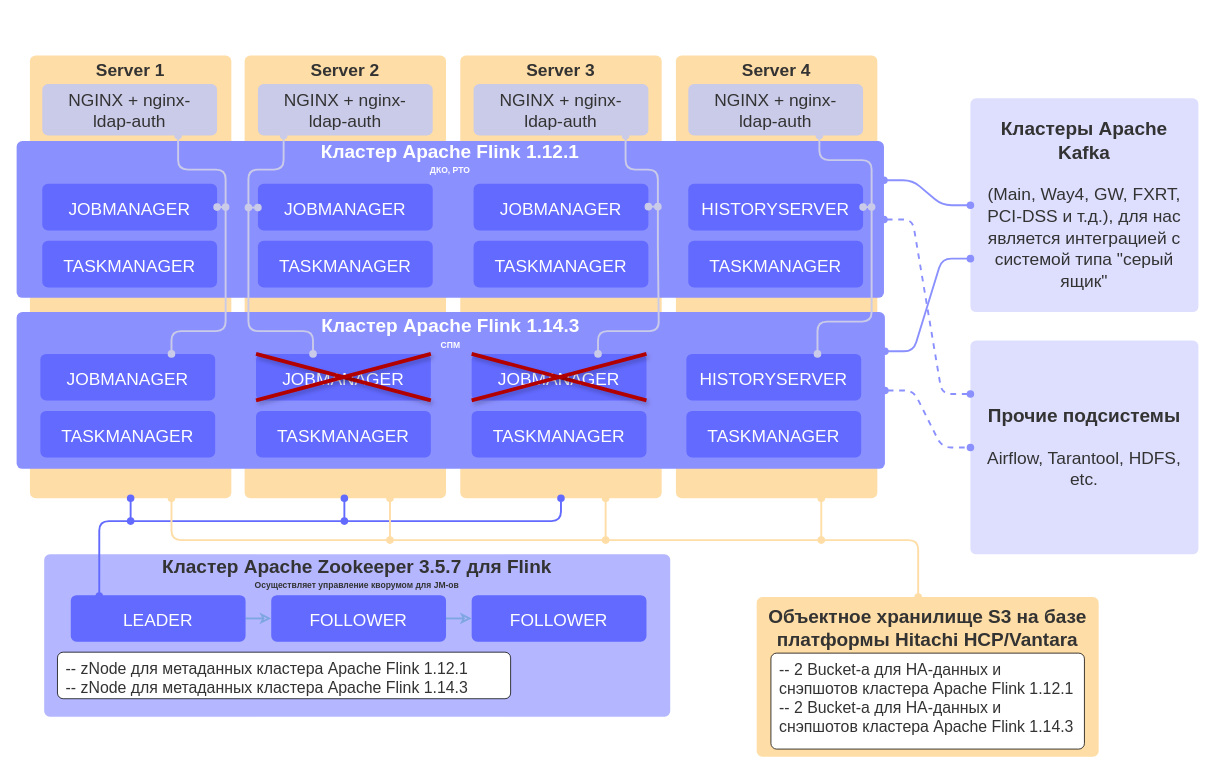
Before: Flink.drawio in parametriq/diagrams, a draw.io diagram. Source tidied: cells renumbered, new cells numbered last; positions are measured from the earlier drawing's top-left corner, leaving out a move shared by most shapes. Both pictures are drawn from the tidied source at 95%, with x=0, y=0 at pixel (16, 55).
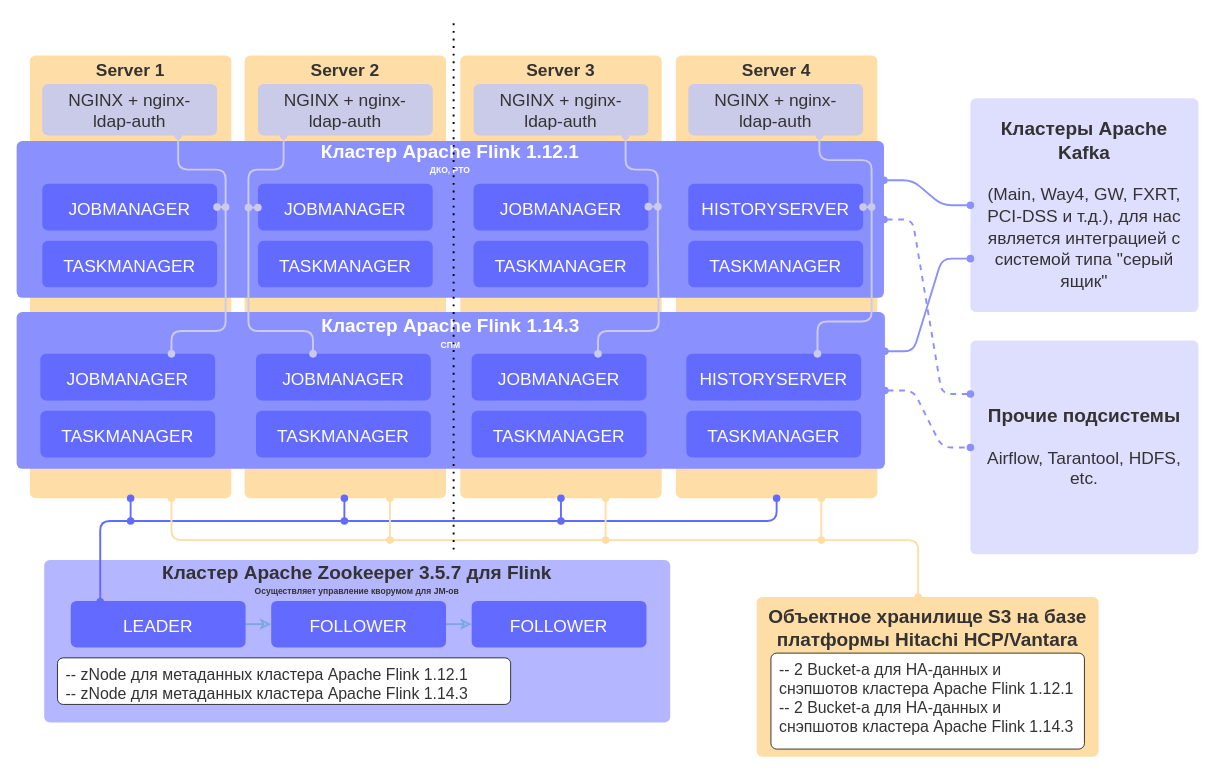
The same diagram, later.

Commit message:
Updated connection to 4th flink node in Flink.drawio

Unchanged cells that the change refers to:
```xml
<mxCell id="4" value="Server 3" style="html=1;overflow=block;blockSpacing=1;whiteSpace=wrap;fontSize=18.3;fontColor=#333333;fontStyle=1;spacingLeft=8.4;spacingRight=8.4;spacingTop=2.4;spacing=3.6;verticalAlign=top;strokeOpacity=0;fillOpacity=100;rounded=1;absoluteArcSize=1;arcSize=12;fillColor=#ffdda6;strokeWidth=0.8;" parent="1" vertex="1">
  <mxGeometry x="467" width="212" height="466" as="geometry" />
</mxCell>
<mxCell id="5" value="Server 4" style="html=1;overflow=block;blockSpacing=1;whiteSpace=wrap;fontSize=18.3;fontColor=#333333;fontStyle=1;spacingLeft=8.4;spacingRight=8.4;spacingTop=2.4;spacing=3.6;verticalAlign=top;strokeOpacity=0;fillOpacity=100;rounded=1;absoluteArcSize=1;arcSize=12;fillColor=#ffdda6;strokeWidth=0.8;" parent="1" vertex="1">
  <mxGeometry x="694" width="212" height="466" as="geometry" />
</mxCell>
<mxCell id="33" value="JOBMANAGER" style="html=1;overflow=block;blockSpacing=1;whiteSpace=wrap;fontSize=18.3;fontColor=#ffffff;align=center;spacingLeft=8.4;spacingRight=8.4;spacingTop=2.4;spacing=3.6;strokeOpacity=0;fillOpacity=100;rounded=1;absoluteArcSize=1;arcSize=12;fillColor=#636aff;strokeWidth=0.8;" parent="1" vertex="1">
  <mxGeometry x="252" y="314" width="184" height="49" as="geometry" />
</mxCell>
```

Change to the diagram source:
```diff
@@
     <mxCell id="9" value="&lt;div style=&quot;line-height: 0.8;&quot;&gt;Кластер Apache Zookeeper 3.5.7 для Flink&lt;/div&gt;&lt;div&gt;&lt;sup&gt;&lt;font style=&quot;font-size: 9px;&quot;&gt;Осуществляет управление кворумом для JM-ов&lt;/font&gt;&lt;/sup&gt;&lt;br&gt;&lt;/div&gt;" style="html=1;overflow=block;blockSpacing=1;whiteSpace=wrap;fontSize=20;fontColor=#333333;fontStyle=1;spacingLeft=8.4;spacingRight=8.4;spacingTop=2.4;spacing=3.6;verticalAlign=top;strokeOpacity=0;fillOpacity=100;rounded=1;absoluteArcSize=1;arcSize=12;fillColor=#b4b7ff;strokeWidth=0.8;" parent="1" vertex="1">
-      <mxGeometry x="29" y="525" width="659" height="171" as="geometry" />
+      <mxGeometry x="29" y="531" width="659" height="171" as="geometry" />
     </mxCell>
@@
     <mxCell id="13" value="LEADER" style="html=1;overflow=block;blockSpacing=1;whiteSpace=wrap;fontSize=18.3;fontColor=#ffffff;align=center;spacingLeft=8.4;spacingRight=8.4;spacingTop=2.4;spacing=3.6;strokeOpacity=0;fillOpacity=100;rounded=1;absoluteArcSize=1;arcSize=12;fillColor=#636aff;strokeWidth=0.8;" parent="1" vertex="1">
-      <mxGeometry x="57" y="568" width="184" height="49" as="geometry" />
+      <mxGeometry x="57" y="574" width="184" height="49" as="geometry" />
     </mxCell>
@@
     <mxCell id="15" value="FOLLOWER" style="html=1;overflow=block;blockSpacing=1;whiteSpace=wrap;fontSize=18.3;fontColor=#ffffff;align=center;spacingLeft=8.4;spacingRight=8.4;spacingTop=2.4;spacing=3.6;strokeOpacity=0;fillOpacity=100;rounded=1;absoluteArcSize=1;arcSize=12;fillColor=#636aff;strokeWidth=0.8;" parent="1" vertex="1">
-      <mxGeometry x="268" y="568" width="184" height="49" as="geometry" />
+      <mxGeometry x="268" y="574" width="184" height="49" as="geometry" />
     </mxCell>
     <mxCell id="16" value="FOLLOWER" style="html=1;overflow=block;blockSpacing=1;whiteSpace=wrap;fontSize=18.3;fontColor=#ffffff;align=center;spacingLeft=8.4;spacingRight=8.4;spacingTop=2.4;spacing=3.6;strokeOpacity=0;fillOpacity=100;rounded=1;absoluteArcSize=1;arcSize=12;fillColor=#636aff;strokeWidth=0.8;" parent="1" vertex="1">
-      <mxGeometry x="479" y="568" width="184" height="49" as="geometry" />
+      <mxGeometry x="479" y="574" width="184" height="49" as="geometry" />
     </mxCell>
@@
     <mxCell id="18" value="-- zNode для метаданных кластера Apache Flink 1.12.1&#10;-- zNode для метаданных кластера Apache Flink 1.14.3" style="html=1;overflow=block;blockSpacing=1;whiteSpace=wrap;fontSize=16.7;fontColor=#333333;align=left;spacing=9;verticalAlign=top;strokeOpacity=100;fillOpacity=100;rounded=1;absoluteArcSize=1;arcSize=12;fillColor=#ffffff;strokeWidth=0.8;" parent="1" vertex="1">
-      <mxGeometry x="43" y="628" width="477" height="49" as="geometry" />
+      <mxGeometry x="43" y="634" width="477" height="49" as="geometry" />
     </mxCell>
@@
-    <mxCell id="44" style="edgeStyle=none;rounded=1;jumpStyle=none;jettySize=auto;html=1;startArrow=oval;startFill=1;endArrow=oval;endFill=1;strokeColor=#636AFF;strokeWidth=2;entryX=0.163;entryY=0.02;entryDx=0;entryDy=0;entryPerimeter=0;exitX=0.5;exitY=1;exitDx=0;exitDy=0;" parent="1" edge="1" source="4" target="13">
+    <mxCell id="44" style="edgeStyle=none;rounded=1;jumpStyle=none;jettySize=auto;html=1;startArrow=oval;startFill=1;endArrow=oval;endFill=1;strokeColor=#636AFF;strokeWidth=2;entryX=0.163;entryY=0.02;entryDx=0;entryDy=0;entryPerimeter=0;" parent="1" edge="1" source="5">
       <mxGeometry relative="1" as="geometry">
+        <mxPoint x="88" y="575" as="targetPoint" />
         <Array as="points">
-          <mxPoint x="573" y="490" />
-          <mxPoint x="87" y="490" />
+          <mxPoint x="800" y="490" />
+          <mxPoint x="88" y="490" />
         </Array>
       </mxGeometry>
     </mxCell>
@@
-    <mxCell id="57" style="endArrow=none;html=1;rounded=0;exitX=0;exitY=0;exitDx=0;exitDy=0;entryX=1;entryY=1;entryDx=0;entryDy=0;fillColor=#e51400;strokeColor=#B20000;strokeWidth=4;shadow=1;" parent="1" edge="1" source="33" target="33">
-      <mxGeometry relative="1" as="geometry" />
-    </mxCell>
-    <mxCell id="58" style="endArrow=none;html=1;rounded=0;exitX=0;exitY=1;exitDx=0;exitDy=0;entryX=1;entryY=0;entryDx=0;entryDy=0;fillColor=#e51400;strokeColor=#B20000;strokeWidth=4;shadow=1;" parent="1" edge="1" source="33" target="33">
-      <mxGeometry relative="1" as="geometry" />
-    </mxCell>
-    <mxCell id="59" style="endArrow=none;html=1;rounded=0;exitX=0;exitY=0;exitDx=0;exitDy=0;entryX=1;entryY=1;entryDx=0;entryDy=0;fillColor=#e51400;strokeColor=#B20000;strokeWidth=4;shadow=1;" parent="1" edge="1">
-      <mxGeometry relative="1" as="geometry">
-        <mxPoint x="479" y="314" as="sourcePoint" />
-        <mxPoint x="663" y="363" as="targetPoint" />
-      </mxGeometry>
-    </mxCell>
-    <mxCell id="60" style="endArrow=none;html=1;rounded=0;exitX=0;exitY=1;exitDx=0;exitDy=0;entryX=1;entryY=0;entryDx=0;entryDy=0;fillColor=#e51400;strokeColor=#B20000;strokeWidth=4;shadow=1;" parent="1" edge="1">
-      <mxGeometry relative="1" as="geometry">
-        <mxPoint x="479" y="363" as="sourcePoint" />
-        <mxPoint x="663" y="314" as="targetPoint" />
-      </mxGeometry>
-    </mxCell>
@@
+    <mxCell id="62" style="endArrow=none;dashed=1;html=1;dashPattern=1 3;strokeWidth=2;rounded=0;" parent="1" edge="1">
+      <mxGeometry relative="1" as="geometry">
+        <mxPoint x="460" y="520" as="sourcePoint" />
+        <mxPoint x="460" y="-40" as="targetPoint" />
+      </mxGeometry>
+    </mxCell>
+    <mxCell id="63" style="edgeStyle=none;rounded=0;jumpStyle=none;jettySize=auto;html=1;exitX=0.5;exitY=1;exitDx=0;exitDy=0;startArrow=oval;startFill=1;endArrow=oval;endFill=1;strokeColor=#636AFF;strokeWidth=2;" parent="1" edge="1" source="4">
+      <mxGeometry relative="1" as="geometry">
+        <mxPoint x="573" y="490" as="targetPoint" />
+      </mxGeometry>
+    </mxCell>
```
